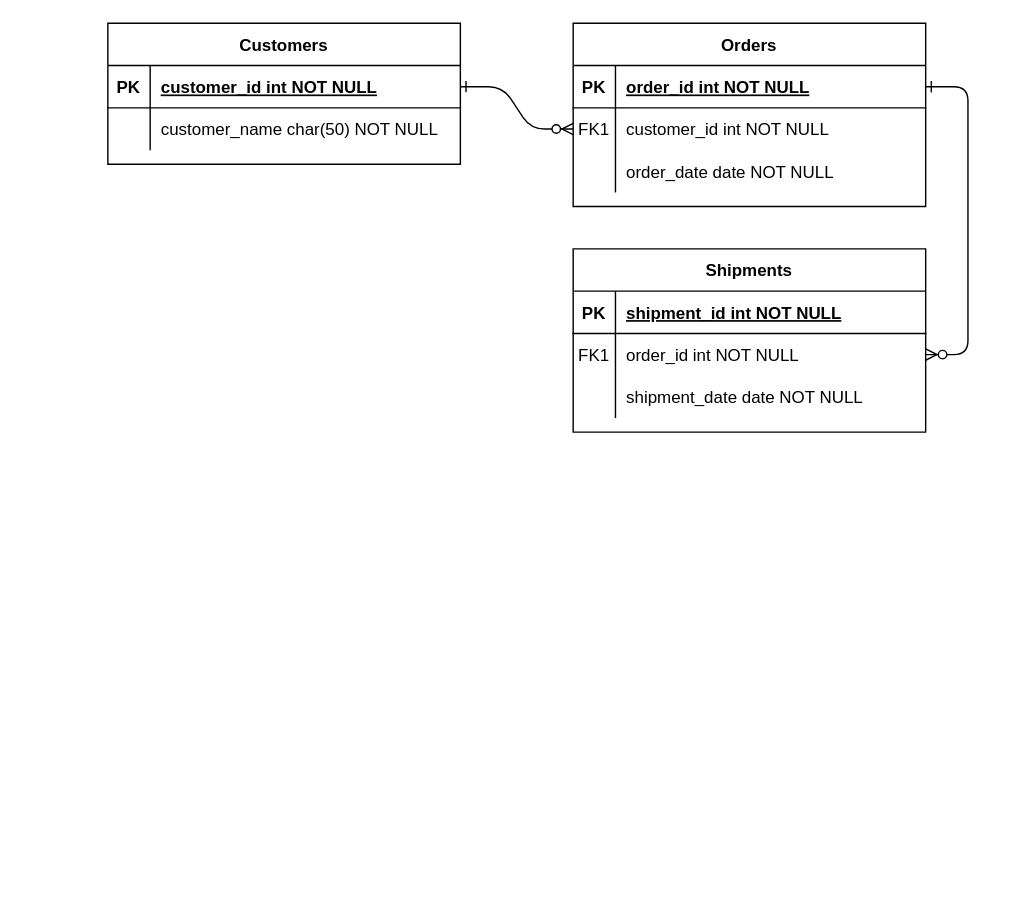
The draw.io diagram Untitled Diagram.drawio in hojoko/music_app, before the edit. Source tidied: cells renumbered, new cells numbered last; positions are measured from the earlier drawing's top-left corner, leaving out a move shared by most shapes. Both pictures are drawn from the tidied source at 141%, with x=0, y=0 at pixel (107, 23).
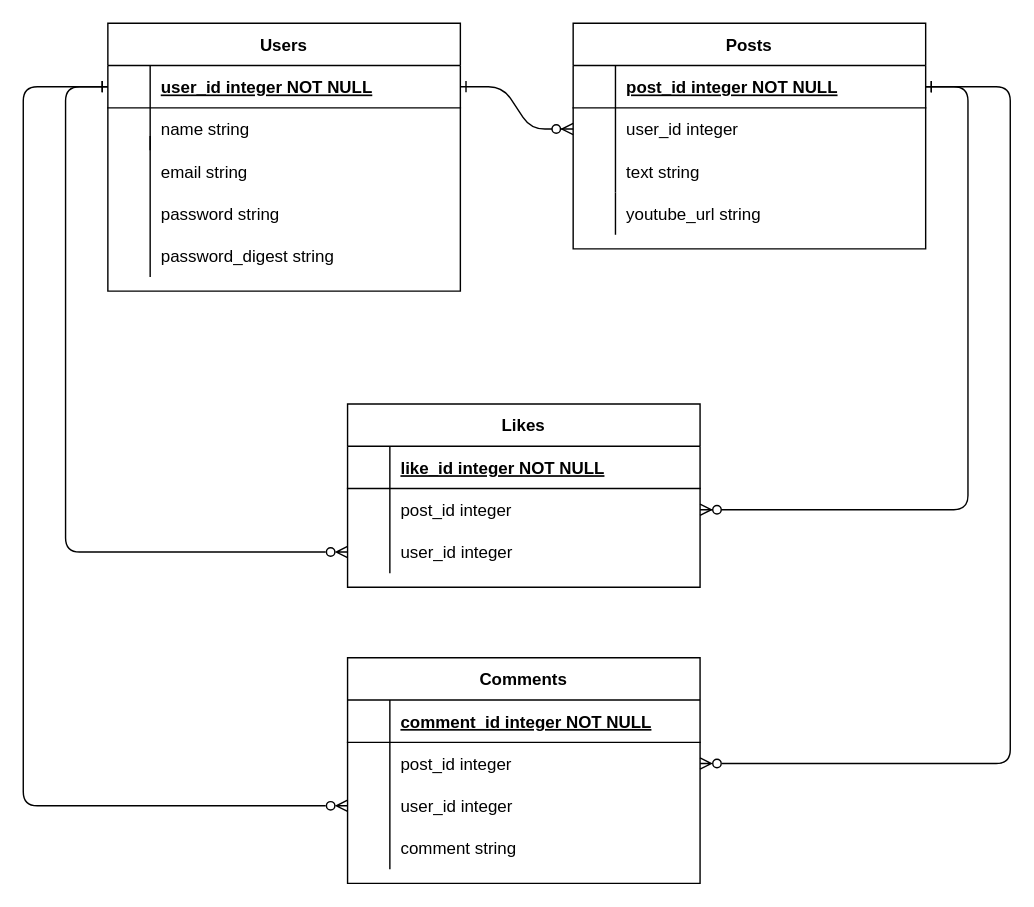
The same page after the edit.

The change refers to these unchanged cells:
```xml
<mxCell id="5" style="shape=partialRectangle;fillColor=none;points=[[0,0.5],[1,0.5]];portConstraint=eastwest;top=0;left=0;right=0;bottom=1;" parent="4" vertex="1">
  <mxGeometry y="30" width="250" height="30" as="geometry" />
</mxCell>
<mxCell id="8" style="shape=partialRectangle;fillColor=none;points=[[0,0.5],[1,0.5]];portConstraint=eastwest;top=0;left=0;right=0;bottom=0;" parent="4" vertex="1">
  <mxGeometry y="60" width="250" height="30" as="geometry" />
</mxCell>
<mxCell id="11" style="shape=partialRectangle;fillColor=none;top=0;left=0;right=0;bottom=0;" parent="4" vertex="1">
  <mxGeometry y="90" width="250" height="30" as="geometry" />
</mxCell>
<mxCell id="15" style="shape=partialRectangle;fillColor=none;top=0;left=0;right=0;bottom=1;" parent="14" vertex="1">
  <mxGeometry y="30" width="250" height="30" as="geometry" />
</mxCell>
<mxCell id="18" style="shape=partialRectangle;fillColor=none;points=[[0,0.5],[1,0.5]];portConstraint=eastwest;top=0;left=0;right=0;bottom=0;" parent="14" vertex="1">
  <mxGeometry y="60" width="250" height="30" as="geometry" />
</mxCell>
<mxCell id="21" style="shape=partialRectangle;fillColor=none;points=[[0,0.5],[1,0.5]];portConstraint=eastwest;top=0;left=0;right=0;bottom=0;" parent="14" vertex="1">
  <mxGeometry y="90" width="250" height="30" as="geometry" />
</mxCell>
<mxCell id="25" style="shape=partialRectangle;fillColor=none;points=[[0,0.5],[1,0.5]];portConstraint=eastwest;top=0;left=0;right=0;bottom=1;" parent="24" vertex="1">
  <mxGeometry y="30" width="250" height="30" as="geometry" />
</mxCell>
<mxCell id="28" style="shape=partialRectangle;fillColor=none;top=0;left=0;right=0;bottom=0;" parent="24" vertex="1">
  <mxGeometry y="60" width="250" height="30" as="geometry" />
</mxCell>
```

What changed in the source:
```diff
@@
+    <mxCell id="31" style="edgeStyle=orthogonalEdgeStyle;rounded=0;orthogonalLoop=1;jettySize=auto;html=1;exitX=0.75;exitY=1;exitDx=0;exitDy=0;entryX=0.75;entryY=1;entryDx=0;entryDy=0;" parent="1" edge="1" source="4" target="4">
+      <mxGeometry relative="1" as="geometry" />
+    </mxCell>
-    <mxCell id="4" value="Orders" style="shape=table;startSize=30;childLayout=tableLayout;rowLines=0;fontStyle=1;align=center;" parent="1" vertex="1">
-      <mxGeometry x="330" width="250" height="130" as="geometry" />
+    <mxCell id="4" value="Posts" style="shape=table;startSize=30;childLayout=tableLayout;rowLines=0;fontStyle=1;align=center;" parent="1" vertex="1">
+      <mxGeometry x="330" width="250" height="160" as="geometry" />
     </mxCell>
@@
-    <mxCell id="6" value="PK" style="shape=partialRectangle;overflow=hidden;fillColor=none;top=0;left=0;bottom=0;right=0;fontStyle=1;" parent="5" vertex="1">
+    <mxCell id="6" style="shape=partialRectangle;overflow=hidden;fillColor=none;top=0;left=0;bottom=0;right=0;fontStyle=1;" parent="5" vertex="1">
       <mxGeometry width="30" height="30" as="geometry" />
     </mxCell>
-    <mxCell id="7" value="order_id int NOT NULL " style="shape=partialRectangle;overflow=hidden;fillColor=none;top=0;left=0;bottom=0;right=0;align=left;spacingLeft=6;fontStyle=5;" parent="5" vertex="1">
+    <mxCell id="7" value="post_id integer NOT NULL " style="shape=partialRectangle;overflow=hidden;fillColor=none;top=0;left=0;bottom=0;right=0;align=left;spacingLeft=6;fontStyle=5;" parent="5" vertex="1">
       <mxGeometry x="30" width="220" height="30" as="geometry" />
     </mxCell>
@@
-    <mxCell id="9" value="FK1" style="shape=partialRectangle;overflow=hidden;fillColor=none;top=0;left=0;bottom=0;right=0;" parent="8" vertex="1">
+    <mxCell id="9" style="shape=partialRectangle;overflow=hidden;fillColor=none;top=0;left=0;bottom=0;right=0;" parent="8" vertex="1">
       <mxGeometry width="30" height="30" as="geometry" />
     </mxCell>
-    <mxCell id="10" value="customer_id int NOT NULL" style="shape=partialRectangle;overflow=hidden;fillColor=none;top=0;left=0;bottom=0;right=0;align=left;spacingLeft=6;" parent="8" vertex="1">
+    <mxCell id="10" value="user_id integer " style="shape=partialRectangle;overflow=hidden;fillColor=none;top=0;left=0;bottom=0;right=0;align=left;spacingLeft=6;" parent="8" vertex="1">
       <mxGeometry x="30" width="220" height="30" as="geometry" />
     </mxCell>
@@
-    <mxCell id="13" value="order_date date NOT NULL" style="shape=partialRectangle;overflow=hidden;fillColor=none;top=0;left=0;bottom=0;right=0;align=left;spacingLeft=6;" parent="11" vertex="1">
+    <mxCell id="13" value="text string" style="shape=partialRectangle;overflow=hidden;fillColor=none;top=0;left=0;bottom=0;right=0;align=left;spacingLeft=6;" parent="11" vertex="1">
       <mxGeometry x="30" width="220" height="30" as="geometry" />
     </mxCell>
-    <mxCell id="14" value="Shipments" style="shape=table;startSize=30;childLayout=tableLayout;rowLines=0;fontStyle=1;align=center;" parent="1" vertex="1">
-      <mxGeometry x="330" y="160" width="250" height="130" as="geometry" />
+    <mxCell id="14" value="Likes" style="shape=table;startSize=30;childLayout=tableLayout;rowLines=0;fontStyle=1;align=center;" parent="1" vertex="1">
+      <mxGeometry x="170" y="270" width="250" height="130" as="geometry" />
     </mxCell>
@@
-    <mxCell id="16" value="PK" style="shape=partialRectangle;overflow=hidden;fillColor=none;top=0;left=0;bottom=0;right=0;fontStyle=1;" parent="15" vertex="1">
+    <mxCell id="16" style="shape=partialRectangle;overflow=hidden;fillColor=none;top=0;left=0;bottom=0;right=0;fontStyle=1;" parent="15" vertex="1">
       <mxGeometry width="30" height="30" as="geometry" />
     </mxCell>
-    <mxCell id="17" value="shipment_id int NOT NULL " style="shape=partialRectangle;overflow=hidden;fillColor=none;top=0;left=0;bottom=0;right=0;align=left;spacingLeft=6;fontStyle=5;" parent="15" vertex="1">
+    <mxCell id="17" value="like_id integer NOT NULL " style="shape=partialRectangle;overflow=hidden;fillColor=none;top=0;left=0;bottom=0;right=0;align=left;spacingLeft=6;fontStyle=5;" parent="15" vertex="1">
       <mxGeometry x="30" width="220" height="30" as="geometry" />
     </mxCell>
@@
-    <mxCell id="19" value="FK1" style="shape=partialRectangle;overflow=hidden;fillColor=none;top=0;left=0;bottom=0;right=0;" parent="18" vertex="1">
+    <mxCell id="19" style="shape=partialRectangle;overflow=hidden;fillColor=none;top=0;left=0;bottom=0;right=0;" parent="18" vertex="1">
       <mxGeometry width="30" height="30" as="geometry" />
     </mxCell>
-    <mxCell id="20" value="order_id int NOT NULL" style="shape=partialRectangle;overflow=hidden;fillColor=none;top=0;left=0;bottom=0;right=0;align=left;spacingLeft=6;" parent="18" vertex="1">
+    <mxCell id="20" value="post_id integer" style="shape=partialRectangle;overflow=hidden;fillColor=none;top=0;left=0;bottom=0;right=0;align=left;spacingLeft=6;" parent="18" vertex="1">
       <mxGeometry x="30" width="220" height="30" as="geometry" />
     </mxCell>
@@
-    <mxCell id="23" value="shipment_date date NOT NULL" style="shape=partialRectangle;overflow=hidden;fillColor=none;top=0;left=0;bottom=0;right=0;align=left;spacingLeft=6;" parent="21" vertex="1">
+    <mxCell id="23" value="user_id integer" style="shape=partialRectangle;overflow=hidden;fillColor=none;top=0;left=0;bottom=0;right=0;align=left;spacingLeft=6;" parent="21" vertex="1">
       <mxGeometry x="30" width="220" height="30" as="geometry" />
     </mxCell>
-    <mxCell id="24" value="Customers" style="shape=table;startSize=30;childLayout=tableLayout;rowLines=0;fontStyle=1;align=center;" parent="1" vertex="1">
-      <mxGeometry width="250" height="100" as="geometry" />
+    <mxCell id="24" value="Users" style="shape=table;startSize=30;childLayout=tableLayout;rowLines=0;fontStyle=1;align=center;" parent="1" vertex="1">
+      <mxGeometry width="250" height="190" as="geometry" />
     </mxCell>
@@
-    <mxCell id="26" value="PK" style="shape=partialRectangle;overflow=hidden;fillColor=none;top=0;left=0;bottom=0;right=0;fontStyle=1;" parent="25" vertex="1">
+    <mxCell id="26" style="shape=partialRectangle;overflow=hidden;fillColor=none;top=0;left=0;bottom=0;right=0;fontStyle=1;" parent="25" vertex="1">
       <mxGeometry width="30" height="30" as="geometry" />
     </mxCell>
-    <mxCell id="27" value="customer_id int NOT NULL " style="shape=partialRectangle;overflow=hidden;fillColor=none;top=0;left=0;bottom=0;right=0;align=left;spacingLeft=6;fontStyle=5;" parent="25" vertex="1">
+    <mxCell id="27" value="user_id integer NOT NULL " style="shape=partialRectangle;overflow=hidden;fillColor=none;top=0;left=0;bottom=0;right=0;align=left;spacingLeft=6;fontStyle=5;" parent="25" vertex="1">
       <mxGeometry x="30" width="220" height="30" as="geometry" />
     </mxCell>
@@
-    <mxCell id="30" value="customer_name char(50) NOT NULL" style="shape=partialRectangle;overflow=hidden;fillColor=none;top=0;left=0;bottom=0;right=0;align=left;spacingLeft=6;" parent="28" vertex="1">
+    <mxCell id="30" value="name string" style="shape=partialRectangle;overflow=hidden;fillColor=none;top=0;left=0;bottom=0;right=0;align=left;spacingLeft=6;" parent="28" vertex="1">
       <mxGeometry x="30" width="220" height="30" as="geometry" />
     </mxCell>
+    <mxCell id="32" value="email string" style="shape=partialRectangle;overflow=hidden;fillColor=none;top=0;left=0;bottom=0;right=0;align=left;spacingLeft=6;" parent="1" vertex="1">
+      <mxGeometry x="30" y="90" width="220" height="30" as="geometry" />
+    </mxCell>
+    <mxCell id="33" value="password_digest string" style="shape=partialRectangle;overflow=hidden;fillColor=none;top=0;left=0;bottom=0;right=0;align=left;spacingLeft=6;" parent="1" vertex="1">
+      <mxGeometry x="30" y="150" width="220" height="30" as="geometry" />
+    </mxCell>
+    <mxCell id="34" value="password string" style="shape=partialRectangle;overflow=hidden;fillColor=none;top=0;left=0;bottom=0;right=0;align=left;spacingLeft=6;" parent="1" vertex="1">
+      <mxGeometry x="30" y="120" width="220" height="30" as="geometry" />
+    </mxCell>
+    <mxCell id="35" style="endArrow=none;html=1;rounded=0;" parent="1" edge="1">
+      <mxGeometry relative="1" as="geometry">
+        <mxPoint x="30" y="180" as="sourcePoint" />
+        <mxPoint x="30" y="80" as="targetPoint" />
+      </mxGeometry>
+    </mxCell>
+    <mxCell id="36" value="youtube_url string" style="shape=partialRectangle;overflow=hidden;fillColor=none;top=0;left=0;bottom=0;right=0;align=left;spacingLeft=6;" parent="1" vertex="1">
+      <mxGeometry x="360" y="120" width="220" height="30" as="geometry" />
+    </mxCell>
+    <mxCell id="37" style="endArrow=none;html=1;rounded=0;" parent="1" edge="1">
+      <mxGeometry relative="1" as="geometry">
+        <mxPoint x="360" y="150" as="sourcePoint" />
+        <mxPoint x="360" y="120" as="targetPoint" />
+      </mxGeometry>
+    </mxCell>
+    <mxCell id="38" value="Comments" style="shape=table;startSize=30;childLayout=tableLayout;rowLines=0;fontStyle=1;align=center;" parent="1" vertex="1">
+      <mxGeometry x="170" y="450" width="250" height="160" as="geometry" />
+    </mxCell>
+    <mxCell id="39" style="shape=partialRectangle;fillColor=none;top=0;left=0;right=0;bottom=1;" parent="38" vertex="1">
+      <mxGeometry y="30" width="250" height="30" as="geometry" />
+    </mxCell>
+    <mxCell id="40" style="shape=partialRectangle;overflow=hidden;fillColor=none;top=0;left=0;bottom=0;right=0;fontStyle=1;" parent="39" vertex="1">
+      <mxGeometry width="30" height="30" as="geometry" />
+    </mxCell>
+    <mxCell id="41" value="comment_id integer NOT NULL " style="shape=partialRectangle;overflow=hidden;fillColor=none;top=0;left=0;bottom=0;right=0;align=left;spacingLeft=6;fontStyle=5;" parent="39" vertex="1">
+      <mxGeometry x="30" width="220" height="30" as="geometry" />
+    </mxCell>
+    <mxCell id="42" style="shape=partialRectangle;fillColor=none;points=[[0,0.5],[1,0.5]];portConstraint=eastwest;top=0;left=0;right=0;bottom=0;" parent="38" vertex="1">
+      <mxGeometry y="60" width="250" height="30" as="geometry" />
+    </mxCell>
+    <mxCell id="43" style="shape=partialRectangle;overflow=hidden;fillColor=none;top=0;left=0;bottom=0;right=0;" parent="42" vertex="1">
+      <mxGeometry width="30" height="30" as="geometry" />
+    </mxCell>
+    <mxCell id="44" value="post_id integer" style="shape=partialRectangle;overflow=hidden;fillColor=none;top=0;left=0;bottom=0;right=0;align=left;spacingLeft=6;" parent="42" vertex="1">
+      <mxGeometry x="30" width="220" height="30" as="geometry" />
+    </mxCell>
+    <mxCell id="45" style="shape=partialRectangle;fillColor=none;points=[[0,0.5],[1,0.5]];portConstraint=eastwest;top=0;left=0;right=0;bottom=0;" parent="38" vertex="1">
+      <mxGeometry y="90" width="250" height="30" as="geometry" />
+    </mxCell>
+    <mxCell id="46" style="shape=partialRectangle;overflow=hidden;fillColor=none;top=0;left=0;bottom=0;right=0;" parent="45" vertex="1">
+      <mxGeometry width="30" height="30" as="geometry" />
+    </mxCell>
+    <mxCell id="47" value="user_id integer" style="shape=partialRectangle;overflow=hidden;fillColor=none;top=0;left=0;bottom=0;right=0;align=left;spacingLeft=6;" parent="45" vertex="1">
+      <mxGeometry x="30" width="220" height="30" as="geometry" />
+    </mxCell>
+    <mxCell id="48" value="comment string" style="shape=partialRectangle;overflow=hidden;fillColor=none;top=0;left=0;bottom=0;right=0;align=left;spacingLeft=6;" parent="1" vertex="1">
+      <mxGeometry x="200" y="570" width="220" height="30" as="geometry" />
+    </mxCell>
+    <mxCell id="49" style="endArrow=none;html=1;rounded=0;" parent="1" edge="1">
+      <mxGeometry relative="1" as="geometry">
+        <mxPoint x="200" y="600" as="sourcePoint" />
+        <mxPoint x="200" y="570" as="targetPoint" />
+      </mxGeometry>
+    </mxCell>
+    <mxCell id="50" style="edgeStyle=elbowEdgeStyle;jettySize=auto;html=1;exitX=0;exitY=0.5;exitDx=0;exitDy=0;entryX=0;entryY=0.5;entryDx=0;entryDy=0;endArrow=ERzeroToMany;endFill=0;startArrow=ERone;startFill=0;strokeWidth=1;rounded=1;" parent="1" edge="1" source="25" target="21">
+      <mxGeometry relative="1" as="geometry">
+        <Array as="points">
+          <mxPoint x="-30" y="260" />
+          <mxPoint x="-20" y="210" />
+        </Array>
+      </mxGeometry>
+    </mxCell>
+    <mxCell id="51" style="edgeStyle=orthogonalEdgeStyle;rounded=1;jettySize=auto;html=1;exitX=0;exitY=0.5;exitDx=0;exitDy=0;startArrow=ERone;startFill=0;endArrow=ERzeroToMany;endFill=0;entryX=0;entryY=0.5;entryDx=0;entryDy=0;" parent="1" edge="1" source="25" target="45">
+      <mxGeometry relative="1" as="geometry">
+        <Array as="points">
+          <mxPoint x="-60" y="45" />
+          <mxPoint x="-60" y="555" />
+        </Array>
+      </mxGeometry>
+    </mxCell>
+    <mxCell id="52" style="edgeStyle=elbowEdgeStyle;rounded=1;sketch=0;jettySize=auto;html=1;exitX=1;exitY=0.5;exitDx=0;exitDy=0;startArrow=ERone;startFill=0;endArrow=ERzeroToMany;endFill=0;strokeWidth=1;shadow=0;" parent="1" edge="1" source="5" target="42">
+      <mxGeometry relative="1" as="geometry">
+        <Array as="points">
+          <mxPoint x="640" y="260" />
+        </Array>
+      </mxGeometry>
+    </mxCell>
```
